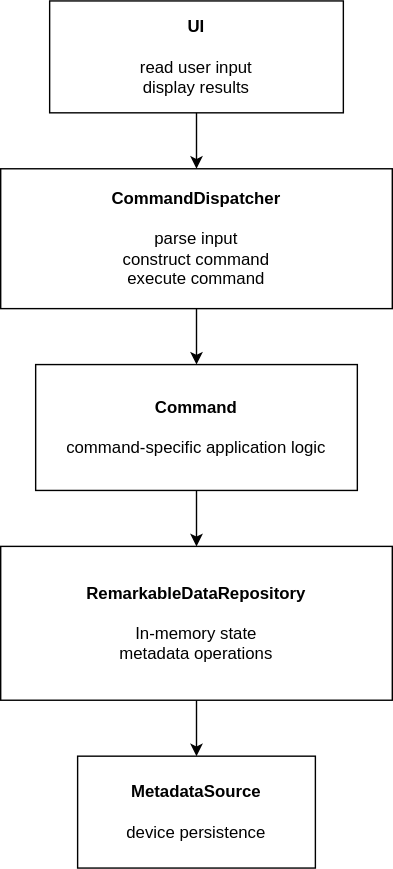
The draw.io diagram doc/remarkable-vfs-architecture.drawio.svg in heidi-holappa/remarkable-virtual-filesystem, before a commit. Source tidied: cells renumbered, new cells last; positions are measured from the earlier drawing's top-left corner, leaving out a move shared by most shapes.
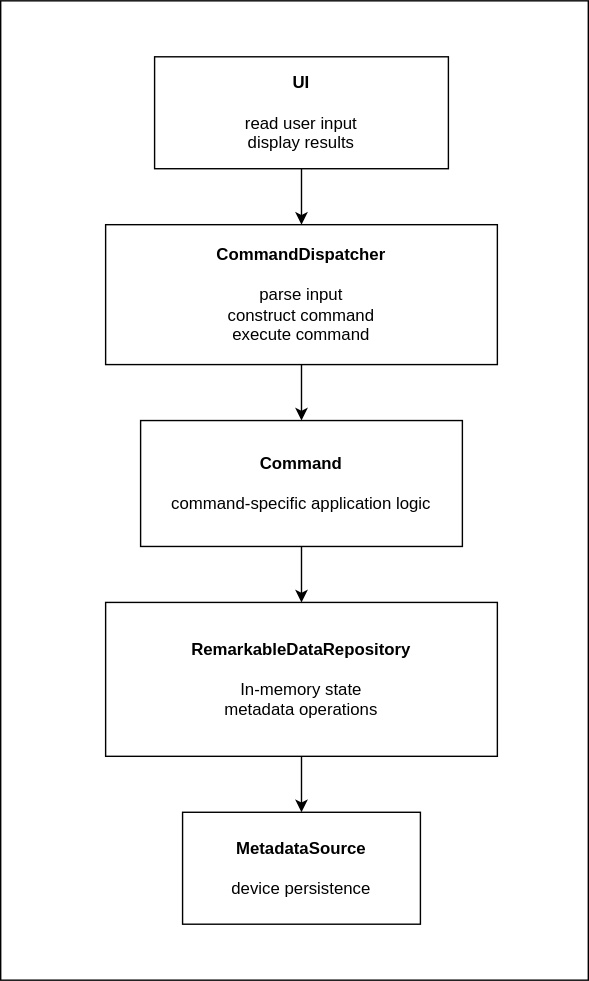
Later version of the same file.

What changed in the source:
```diff
@@ -2,6 +2,9 @@
   <root>
     <mxCell id="0" />
     <mxCell id="1" parent="0" />
+    <mxCell id="11" style="rounded=0;whiteSpace=wrap;html=1;" parent="1" vertex="1">
+      <mxGeometry x="-75" y="-40" width="420" height="700" as="geometry" />
+    </mxCell>
     <mxCell id="2" style="edgeStyle=orthogonalEdgeStyle;rounded=0;jettySize=auto;html=1;exitX=0.5;exitY=1;exitDx=0;exitDy=0;" parent="1" edge="1" source="3" target="7">
       <mxGeometry relative="1" as="geometry" />
     </mxCell>
```
